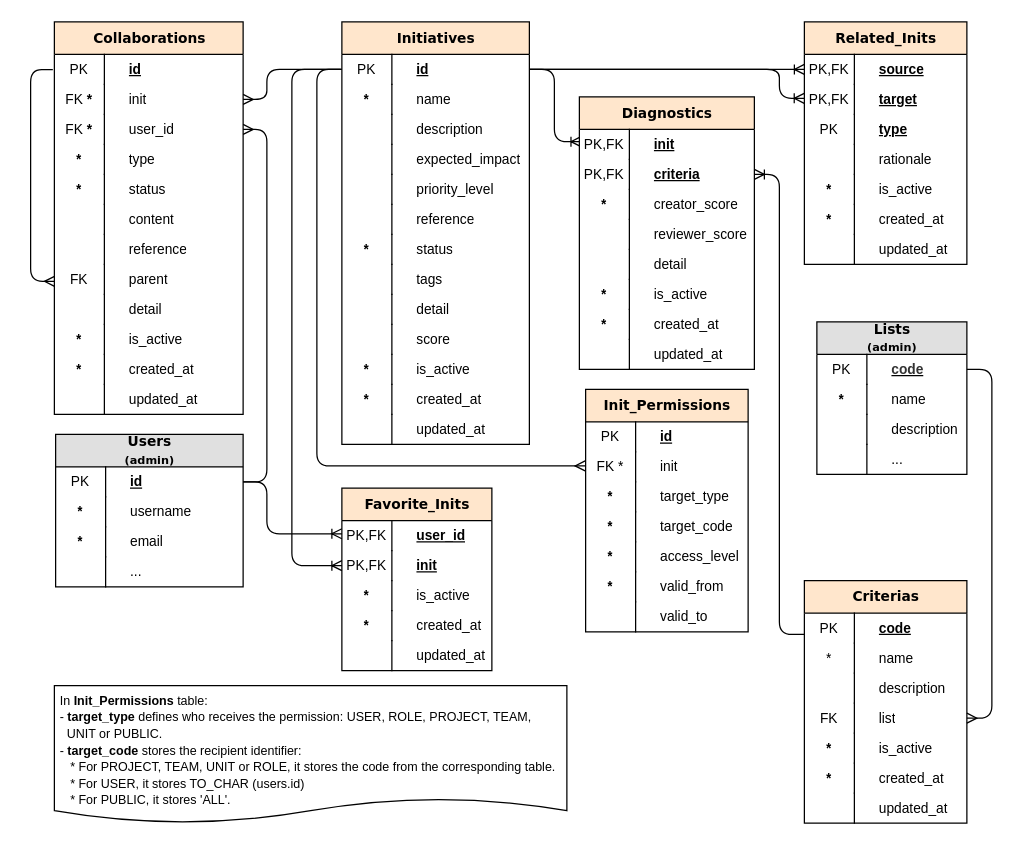
This is page "inits" (6 of 8) of docs/models.drawio from abc-flex/synapxia, a draw.io file, before an edit. Source tidied: cells renumbered, new cells numbered last; positions are measured from the earlier drawing's top-left corner, leaving out a move shared by most shapes. Both pictures are drawn from the tidied source at 125%, with x=0, y=0 at pixel (30, 21).
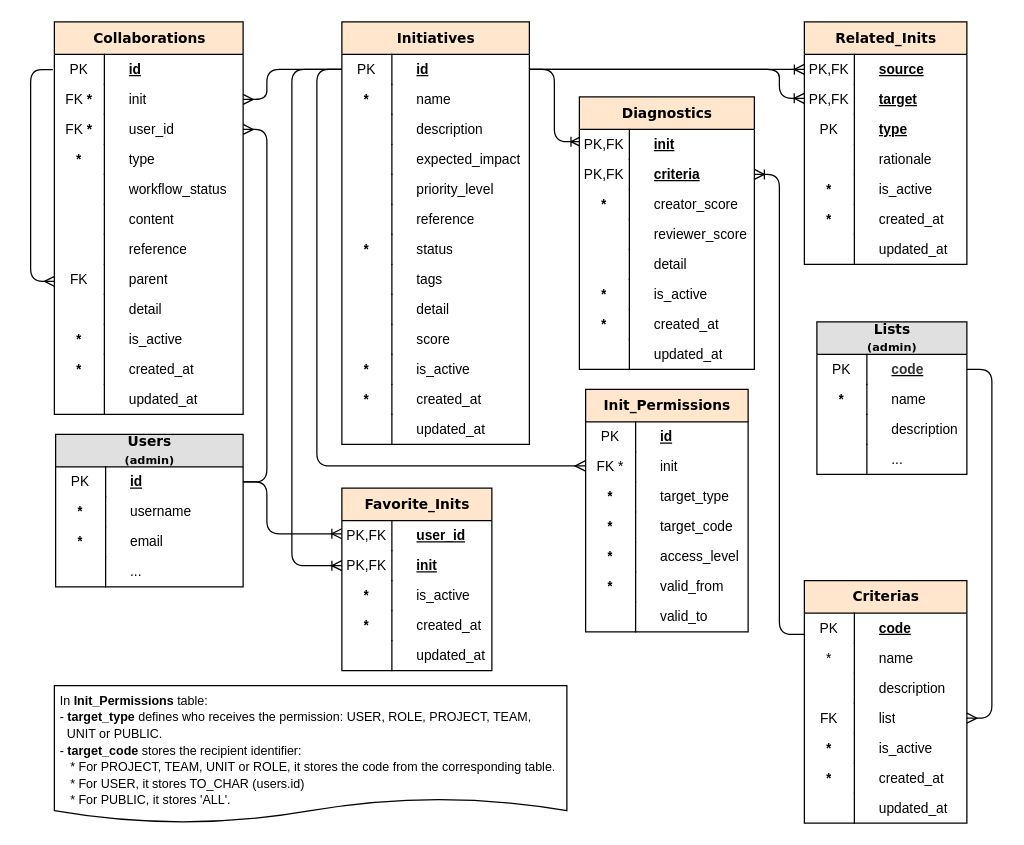
The same diagram, later.

Unchanged cells that the change refers to:
```xml
<mxCell id="41" value="&lt;font&gt;Collaborations&lt;/font&gt;" style="swimlane;html=1;fontStyle=1;horizontal=1;startSize=26;fillColor=#FFE6CC;swimlaneFillColor=#ffffff;align=center;rounded=0;shadow=0;comic=0;labelBackgroundColor=none;strokeWidth=1;fontFamily=Verdana;fontSize=11;spacing=0;" parent="1" vertex="1">
  <mxGeometry x="19" width="151" height="314" as="geometry" />
</mxCell>
```

The edit, as a diff of the source:
```diff
@@
-    <mxCell id="50" value="status" style="shape=partialRectangle;top=0;left=0;right=0;bottom=0;html=1;align=left;verticalAlign=middle;fillColor=none;spacingLeft=60;spacingRight=4;whiteSpace=wrap;overflow=hidden;fontStyle=0;fontSize=11;spacing=0;" parent="41" vertex="1">
+    <mxCell id="50" value="workflow_status" style="shape=partialRectangle;top=0;left=0;right=0;bottom=0;html=1;align=left;verticalAlign=middle;fillColor=none;spacingLeft=60;spacingRight=4;whiteSpace=wrap;overflow=hidden;fontStyle=0;fontSize=11;spacing=0;" parent="41" vertex="1">
       <mxGeometry y="122" width="151" height="24" as="geometry" />
     </mxCell>
-    <mxCell id="51" value="&lt;b&gt;*&lt;/b&gt;" style="shape=partialRectangle;fontStyle=0;top=0;left=0;bottom=0;html=1;fillColor=none;align=center;verticalAlign=middle;spacingLeft=4;spacingRight=4;whiteSpace=wrap;overflow=hidden;fontSize=11;spacing=0;" parent="50" vertex="1">
+    <mxCell id="51" style="shape=partialRectangle;fontStyle=0;top=0;left=0;bottom=0;html=1;fillColor=none;align=center;verticalAlign=middle;spacingLeft=4;spacingRight=4;whiteSpace=wrap;overflow=hidden;fontSize=11;spacing=0;" parent="50" vertex="1">
       <mxGeometry width="40" height="24" as="geometry" />
     </mxCell>
```
